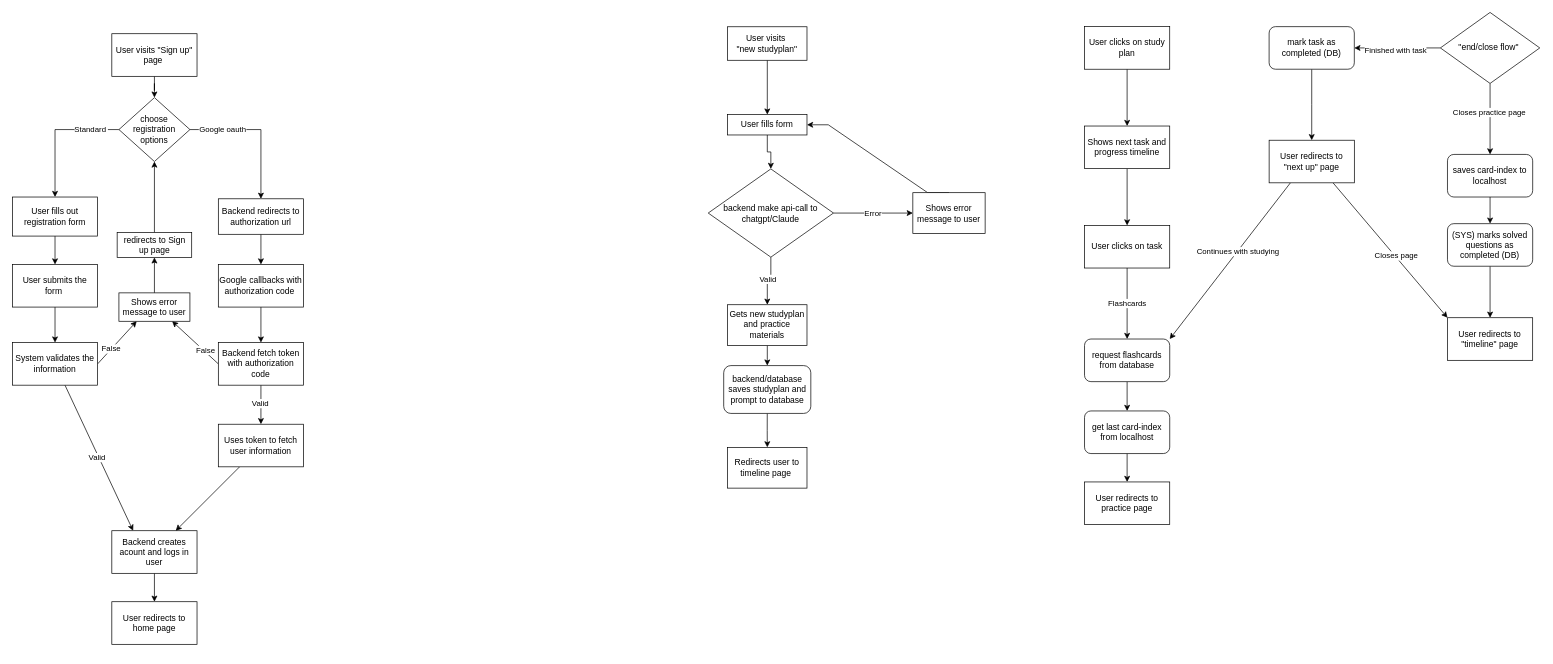
Before: page "UserFlow" (2 of 3) of docs/flowchart.drawio in Manny262/edtech-learning-plattform, a draw.io diagram. Source tidied: cells renumbered, new cells numbered last; positions are measured from the earlier drawing's top-left corner, leaving out a move shared by most shapes. Both pictures are drawn from the tidied source at 71%, with x=0, y=0 at pixel (12, 12).
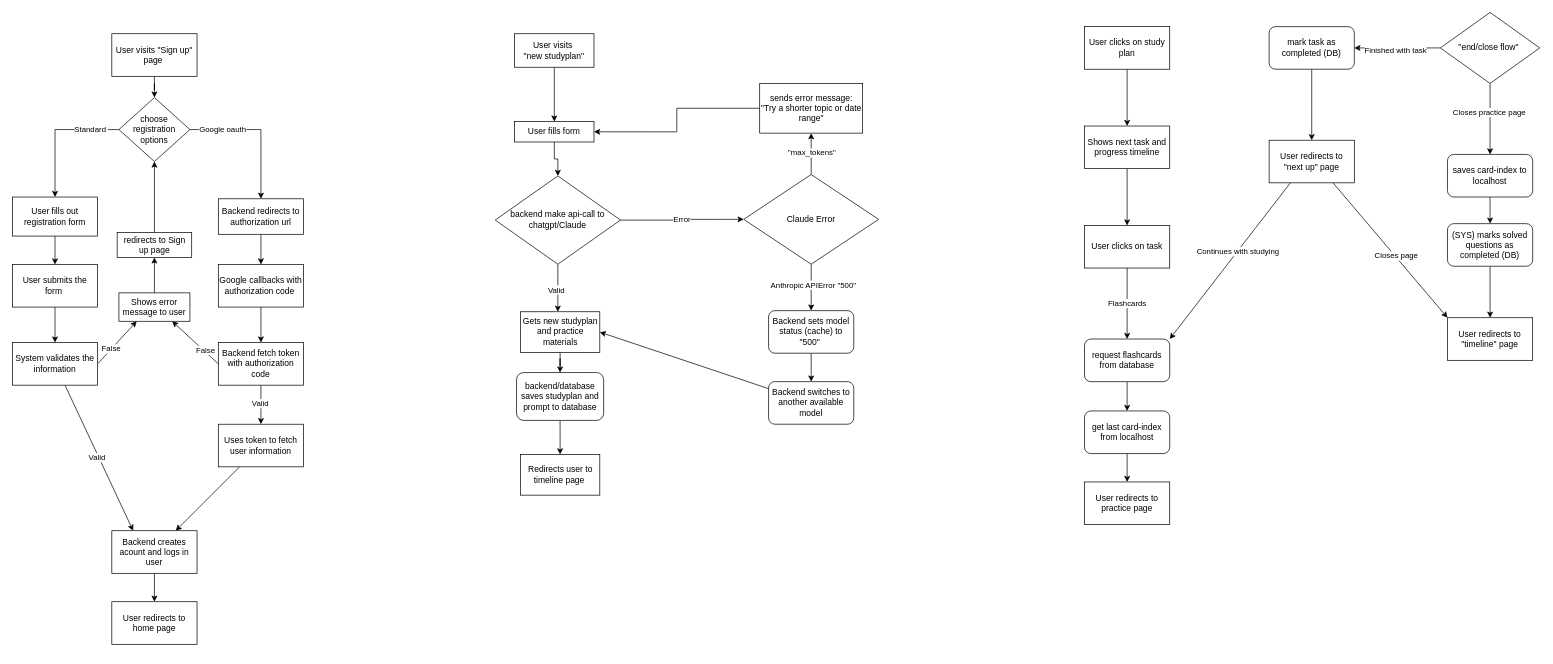
The same page after the edit.

What changed in the source:
```diff
@@
     <mxCell id="38" value="User visits&amp;nbsp;&lt;div&gt;&quot;new studyplan&quot;&lt;/div&gt;" style="rounded=0;whiteSpace=wrap;html=1;" parent="1" vertex="1">
-      <mxGeometry x="1007.3" y="20.2" width="111.8" height="47.2" as="geometry" />
+      <mxGeometry x="707.3" y="30" width="111.8" height="47.2" as="geometry" />
     </mxCell>
@@
     <mxCell id="40" value="User fills form" style="rounded=0;whiteSpace=wrap;html=1;" parent="1" vertex="1">
-      <mxGeometry x="1007.3" y="143.9" width="111.8" height="28.7" as="geometry" />
+      <mxGeometry x="707.3" y="153.8" width="111.8" height="28.7" as="geometry" />
     </mxCell>
     <mxCell id="41" style="edgeStyle=orthogonalEdgeStyle;rounded=0;jettySize=auto;html=1;" parent="1" edge="1" source="44" target="46">
-      <mxGeometry relative="1" as="geometry" />
+      <mxGeometry relative="1" as="geometry">
+        <Array as="points">
+          <mxPoint x="768" y="409.9" />
+          <mxPoint x="768" y="409.9" />
+        </Array>
+      </mxGeometry>
     </mxCell>
@@
-    <mxCell id="43" value="Error" style="edgeStyle=orthogonalEdgeStyle;rounded=0;jettySize=auto;html=1;" parent="1" edge="1" source="44" target="50">
+    <mxCell id="43" value="Error" style="edgeStyle=orthogonalEdgeStyle;rounded=0;jettySize=auto;html=1;entryX=0;entryY=0.5;entryDx=0;entryDy=0;" parent="1" edge="1" source="44" target="83">
       <mxGeometry relative="1" as="geometry" />
     </mxCell>
     <mxCell id="44" value="backend make api-call to chatgpt/Claude" style="rhombus;whiteSpace=wrap;html=1;" parent="1" vertex="1">
-      <mxGeometry x="980" y="220.4" width="176.4" height="124.3" as="geometry" />
+      <mxGeometry x="680" y="230.3" width="176.4" height="124.3" as="geometry" />
     </mxCell>
@@
     <mxCell id="46" value="Gets new studyplan and practice materials" style="whiteSpace=wrap;html=1;" parent="1" vertex="1">
-      <mxGeometry x="1007.3" y="411.7" width="111.8" height="57.4" as="geometry" />
+      <mxGeometry x="715.5" y="421.6" width="111.8" height="57.4" as="geometry" />
     </mxCell>
@@
     <mxCell id="48" value="backend/database saves studyplan and prompt to database" style="rounded=1;whiteSpace=wrap;html=1;" parent="1" vertex="1">
-      <mxGeometry x="1001.8" y="497.4" width="122.7" height="67.4" as="geometry" />
+      <mxGeometry x="710" y="507.2" width="122.7" height="67.4" as="geometry" />
     </mxCell>
-    <mxCell id="49" style="edgeStyle=entityRelationEdgeStyle;rounded=0;jettySize=auto;html=1;exitX=0.5;exitY=0;exitDx=0;exitDy=0;entryX=1;entryY=0.5;entryDx=0;entryDy=0;" parent="1" edge="1" source="50" target="40">
+    <mxCell id="49" style="edgeStyle=orthogonalEdgeStyle;rounded=0;jettySize=auto;html=1;exitX=0.5;exitY=0;exitDx=0;exitDy=0;" parent="1" edge="1" source="83" target="85">
       <mxGeometry relative="1" as="geometry" />
     </mxCell>
-    <mxCell id="50" value="Shows error message to user" style="whiteSpace=wrap;html=1;" parent="1" vertex="1">
-      <mxGeometry x="1268.2" y="253.9" width="101.8" height="57.4" as="geometry" />
-    </mxCell>
+    <mxCell id="80" value="&quot;max_tokens&quot;" style="edgeLabel;html=1;align=center;verticalAlign=middle;" parent="49" vertex="1">
+      <mxGeometry x="-0.85" y="-3" relative="1" as="geometry">
+        <mxPoint x="-3" y="-27" as="offset" />
+      </mxGeometry>
+    </mxCell>
     <mxCell id="51" value="Redirects user to timeline page&amp;nbsp;" style="rounded=0;whiteSpace=wrap;html=1;" parent="1" vertex="1">
-      <mxGeometry x="1007.3" y="612.6" width="111.8" height="57.4" as="geometry" />
+      <mxGeometry x="715.5" y="622.5" width="111.8" height="57.4" as="geometry" />
     </mxCell>
@@
+    <mxCell id="81" style="edgeStyle=orthogonalEdgeStyle;rounded=0;jettySize=auto;html=1;" parent="1" edge="1" source="83" target="87">
+      <mxGeometry relative="1" as="geometry" />
+    </mxCell>
+    <mxCell id="82" value="Anthropic APIError &quot;500&quot;" style="edgeLabel;html=1;align=center;verticalAlign=middle;" parent="81" vertex="1">
+      <mxGeometry x="-0.1" y="2" relative="1" as="geometry" />
+    </mxCell>
+    <mxCell id="83" value="Claude Error" style="rhombus;whiteSpace=wrap;html=1;" parent="1" vertex="1">
+      <mxGeometry x="1030" y="228.3" width="190" height="126.3" as="geometry" />
+    </mxCell>
+    <mxCell id="84" style="edgeStyle=orthogonalEdgeStyle;rounded=0;jettySize=auto;html=1;entryX=1;entryY=0.5;entryDx=0;entryDy=0;" parent="1" edge="1" source="85" target="40">
+      <mxGeometry relative="1" as="geometry" />
+    </mxCell>
+    <mxCell id="85" value="sends error message:&lt;div&gt;&quot;Try a shorter topic or date range&quot;&lt;/div&gt;" style="rounded=0;whiteSpace=wrap;html=1;" parent="1" vertex="1">
+      <mxGeometry x="1052.5" y="100" width="145" height="70" as="geometry" />
+    </mxCell>
+    <mxCell id="86" style="edgeStyle=orthogonalEdgeStyle;rounded=0;jettySize=auto;html=1;" parent="1" edge="1" source="87" target="89">
+      <mxGeometry relative="1" as="geometry" />
+    </mxCell>
+    <mxCell id="87" value="Backend sets model status (cache) to &quot;500&quot;&amp;nbsp;" style="rounded=1;whiteSpace=wrap;html=1;" parent="1" vertex="1">
+      <mxGeometry x="1065" y="420" width="120" height="60" as="geometry" />
+    </mxCell>
+    <mxCell id="88" style="rounded=0;jettySize=auto;html=1;entryX=1;entryY=0.5;entryDx=0;entryDy=0;" parent="1" edge="1" source="89" target="46">
+      <mxGeometry relative="1" as="geometry" />
+    </mxCell>
+    <mxCell id="89" value="Backend switches to another available model" style="rounded=1;whiteSpace=wrap;html=1;" parent="1" vertex="1">
+      <mxGeometry x="1065" y="520" width="120" height="60" as="geometry" />
+    </mxCell>
```
